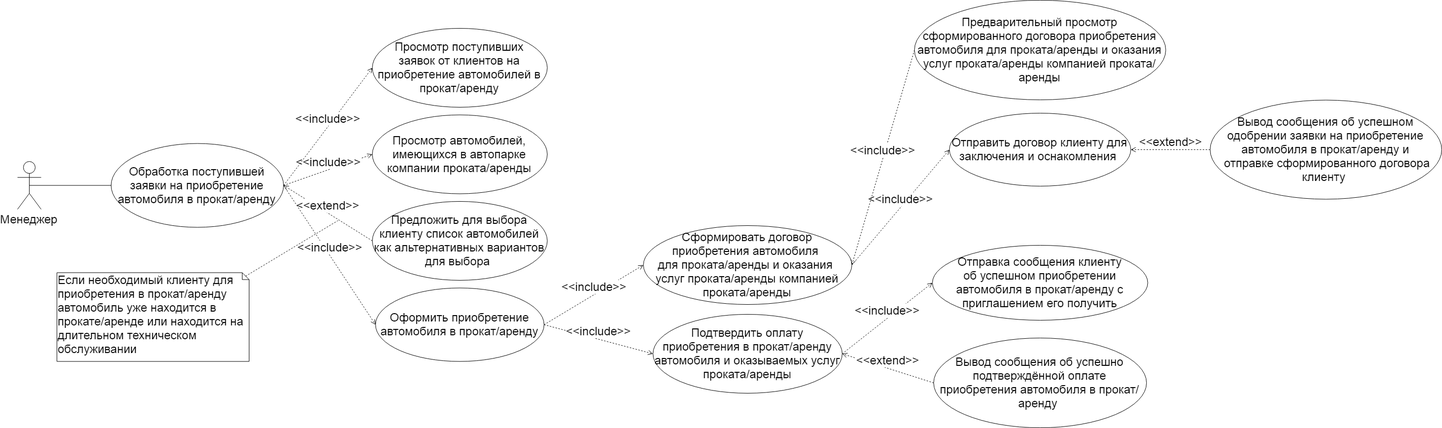
Igor-Manikhin/software-architectures-2020 keeps this draw.io diagram as Use-Case diagrams/Use-Case Diagram (Manager-сar-rent-app-processing).png. Above is the earlier version. Source tidied: cells renumbered, new cells last; positions are measured from the earlier drawing's top-left corner, leaving out a move shared by most shapes. The source it was exported from:
```xml
<mxGraphModel>
  <root>
    <mxCell id="0" />
    <mxCell id="1" parent="0" />
    <mxCell id="2" value="&lt;font style=&quot;font-size: 24px&quot;&gt;Менеджер&lt;/font&gt;" style="shape=umlActor;verticalLabelPosition=bottom;labelBackgroundColor=#ffffff;verticalAlign=top;html=1;outlineConnect=0;" parent="1" vertex="1">
      <mxGeometry y="327" width="48" height="97" as="geometry" />
    </mxCell>
    <mxCell id="3" value="&lt;font style=&quot;font-size: 24px&quot;&gt;Обработка поступившей заявки на приобретение автомобиля в прокат/аренду&lt;/font&gt;" style="ellipse;whiteSpace=wrap;html=1;" parent="1" vertex="1">
      <mxGeometry x="190" y="290.5" width="350" height="170" as="geometry" />
    </mxCell>
    <mxCell id="4" style="endArrow=none;html=1;entryX=0;entryY=0.5;entryDx=0;entryDy=0;exitX=0.5;exitY=0.5;exitDx=0;exitDy=0;exitPerimeter=0;" parent="1" edge="1" source="2" target="3">
      <mxGeometry relative="1" as="geometry" />
    </mxCell>
    <mxCell id="5" value="&lt;font style=&quot;font-size: 24px&quot;&gt;Оформить приобретение автомобиля в прокат/аренду&lt;/font&gt;" style="ellipse;whiteSpace=wrap;html=1;" parent="1" vertex="1">
      <mxGeometry x="726.5" y="583.5" width="342" height="149" as="geometry" />
    </mxCell>
    <mxCell id="6" value="&lt;font style=&quot;font-size: 24px&quot;&gt;Предложить для выбора клиенту список автомобилей как альтернативных вариантов для выбора&amp;nbsp;&lt;/font&gt;" style="ellipse;whiteSpace=wrap;html=1;" parent="1" vertex="1">
      <mxGeometry x="720" y="408" width="355" height="160" as="geometry" />
    </mxCell>
    <mxCell id="7" value="&lt;font style=&quot;font-size: 24px&quot;&gt;&amp;lt;&amp;lt;extend&amp;gt;&amp;gt;&lt;/font&gt;" style="html=1;verticalAlign=bottom;endArrow=open;dashed=1;endSize=8;entryX=1;entryY=0.5;entryDx=0;entryDy=0;exitX=0;exitY=0.5;exitDx=0;exitDy=0;" parent="1" edge="1" source="6" target="3">
      <mxGeometry relative="1" as="geometry" />
    </mxCell>
    <mxCell id="8" value="&lt;font style=&quot;font-size: 24px&quot;&gt;&amp;lt;&amp;lt;include&amp;gt;&amp;gt;&lt;/font&gt;" style="html=1;verticalAlign=bottom;endArrow=open;dashed=1;endSize=8;entryX=0;entryY=0.5;entryDx=0;entryDy=0;exitX=1;exitY=0.5;exitDx=0;exitDy=0;" parent="1" edge="1" source="3" target="5">
      <mxGeometry relative="1" as="geometry" />
    </mxCell>
    <mxCell id="9" value="&lt;font style=&quot;font-size: 24px&quot;&gt;Сформировать договор приобретения автомобиля &lt;br&gt;для проката/аренды и оказания &lt;br&gt;услуг проката/аренды компанией проката/аренды&lt;/font&gt;" style="ellipse;whiteSpace=wrap;html=1;" parent="1" vertex="1">
      <mxGeometry x="1270" y="457" width="423" height="160" as="geometry" />
    </mxCell>
    <mxCell id="10" value="&lt;font style=&quot;font-size: 24px&quot;&gt;Отправить договор клиенту для заключения и оснакомления&amp;nbsp;&lt;/font&gt;" style="ellipse;whiteSpace=wrap;html=1;" parent="1" vertex="1">
      <mxGeometry x="1891" y="229" width="368" height="148" as="geometry" />
    </mxCell>
    <mxCell id="11" value="&lt;font style=&quot;font-size: 24px&quot;&gt;Вывод сообщения об успешно подтверждённой оплате приобретения автомобиля в прокат/аренду&amp;nbsp;&lt;/font&gt;" style="ellipse;whiteSpace=wrap;html=1;" parent="1" vertex="1">
      <mxGeometry x="1859" y="685" width="432" height="182" as="geometry" />
    </mxCell>
    <mxCell id="12" value="&lt;font style=&quot;font-size: 24px&quot;&gt;Вывод сообщения об успешном одобрении заявки на приобретение автомобиля в прокат/аренду и&lt;br&gt;&amp;nbsp;отправке сформированного договора клиенту&amp;nbsp;&lt;/font&gt;" style="ellipse;whiteSpace=wrap;html=1;" parent="1" vertex="1">
      <mxGeometry x="2420" y="202.5" width="470" height="201" as="geometry" />
    </mxCell>
    <mxCell id="13" value="&lt;font style=&quot;font-size: 24px&quot;&gt;&amp;lt;&amp;lt;include&amp;gt;&amp;gt;&lt;/font&gt;" style="html=1;verticalAlign=bottom;endArrow=open;dashed=1;endSize=8;entryX=0;entryY=0.5;entryDx=0;entryDy=0;exitX=1;exitY=0.5;exitDx=0;exitDy=0;" parent="1" edge="1" source="5" target="9">
      <mxGeometry relative="1" as="geometry" />
    </mxCell>
    <mxCell id="14" value="&lt;font style=&quot;font-size: 24px&quot;&gt;&amp;lt;&amp;lt;include&amp;gt;&amp;gt;&lt;/font&gt;" style="html=1;verticalAlign=bottom;endArrow=open;dashed=1;endSize=8;exitX=1;exitY=0.5;exitDx=0;exitDy=0;entryX=0;entryY=0.5;entryDx=0;entryDy=0;" parent="1" edge="1" source="9" target="10">
      <mxGeometry relative="1" as="geometry" />
    </mxCell>
    <mxCell id="15" value="&lt;font style=&quot;font-size: 24px&quot;&gt;&amp;lt;&amp;lt;extend&amp;gt;&amp;gt;&lt;/font&gt;" style="html=1;verticalAlign=bottom;endArrow=open;dashed=1;endSize=8;exitX=0;exitY=0.5;exitDx=0;exitDy=0;entryX=1;entryY=0.5;entryDx=0;entryDy=0;" parent="1" edge="1" source="12" target="10">
      <mxGeometry relative="1" as="geometry" />
    </mxCell>
    <mxCell id="16" value="&lt;font style=&quot;font-size: 24px&quot;&gt;Отправка сообщения клиенту&lt;br&gt;об успешном&amp;nbsp;приобретении автомобиля в прокат/аренду с приглашением его получить&lt;/font&gt;" style="ellipse;whiteSpace=wrap;html=1;" parent="1" vertex="1">
      <mxGeometry x="1856.5" y="497" width="437" height="152" as="geometry" />
    </mxCell>
    <mxCell id="17" value="&lt;font style=&quot;font-size: 24px&quot;&gt;Предварительный просмотр сформированного договора приобретения автомобиля для проката/аренды и оказания услуг проката/аренды компанией проката/аренды&lt;/font&gt;" style="ellipse;whiteSpace=wrap;html=1;" parent="1" vertex="1">
      <mxGeometry x="1820" width="510" height="202" as="geometry" />
    </mxCell>
    <mxCell id="18" value="&lt;font style=&quot;font-size: 24px&quot;&gt;&amp;lt;&amp;lt;include&amp;gt;&amp;gt;&lt;/font&gt;" style="html=1;verticalAlign=bottom;endArrow=open;dashed=1;endSize=8;entryX=1;entryY=0.5;entryDx=0;entryDy=0;exitX=0;exitY=0.5;exitDx=0;exitDy=0;" parent="1" edge="1" source="17" target="9">
      <mxGeometry relative="1" as="geometry" />
    </mxCell>
    <mxCell id="19" value="&lt;font style=&quot;font-size: 24px&quot;&gt;Подтвердить оплату приобретения в прокат/аренду автомобиля и оказываемых услуг проката/аренды&lt;/font&gt;" style="ellipse;whiteSpace=wrap;html=1;" parent="1" vertex="1">
      <mxGeometry x="1289.5" y="637" width="384" height="160" as="geometry" />
    </mxCell>
    <mxCell id="20" value="&lt;font style=&quot;font-size: 24px&quot;&gt;&amp;lt;&amp;lt;include&amp;gt;&amp;gt;&lt;/font&gt;" style="html=1;verticalAlign=bottom;endArrow=open;dashed=1;endSize=8;entryX=0;entryY=0.5;entryDx=0;entryDy=0;exitX=1;exitY=0.5;exitDx=0;exitDy=0;" parent="1" edge="1" source="5" target="19">
      <mxGeometry relative="1" as="geometry" />
    </mxCell>
    <mxCell id="21" value="&lt;font style=&quot;font-size: 24px&quot;&gt;&amp;lt;&amp;lt;include&amp;gt;&amp;gt;&lt;/font&gt;" style="html=1;verticalAlign=bottom;endArrow=open;dashed=1;endSize=8;entryX=0;entryY=0.5;entryDx=0;entryDy=0;exitX=1;exitY=0.5;exitDx=0;exitDy=0;" parent="1" edge="1" source="19" target="16">
      <mxGeometry relative="1" as="geometry" />
    </mxCell>
    <mxCell id="22" value="&lt;font style=&quot;font-size: 24px&quot;&gt;&amp;lt;&amp;lt;extend&amp;gt;&amp;gt;&lt;/font&gt;" style="html=1;verticalAlign=bottom;endArrow=open;dashed=1;endSize=8;entryX=1;entryY=0.5;entryDx=0;entryDy=0;exitX=0;exitY=0.5;exitDx=0;exitDy=0;" parent="1" edge="1" source="11" target="19">
      <mxGeometry relative="1" as="geometry" />
    </mxCell>
    <mxCell id="23" value="&lt;span style=&quot;font-size: 24px ; white-space: normal&quot;&gt;Просмотр автомобилей, имеющихся в автопарке компании проката/аренды&lt;/span&gt;" style="ellipse;whiteSpace=wrap;html=1;" parent="1" vertex="1">
      <mxGeometry x="720" y="232.5" width="355" height="160" as="geometry" />
    </mxCell>
    <mxCell id="24" value="&lt;span style=&quot;font-size: 24px&quot;&gt;&amp;lt;&amp;lt;include&amp;gt;&amp;gt;&lt;/span&gt;" style="html=1;verticalAlign=bottom;endArrow=open;dashed=1;endSize=8;exitX=1;exitY=0.5;exitDx=0;exitDy=0;entryX=0;entryY=0.5;entryDx=0;entryDy=0;" parent="1" edge="1" source="3" target="23">
      <mxGeometry relative="1" as="geometry" />
    </mxCell>
    <mxCell id="25" value="&lt;span style=&quot;font-size: 24px ; white-space: normal&quot;&gt;Просмотр поступивших заявок&amp;nbsp;&lt;/span&gt;&lt;span style=&quot;font-size: 24px ; white-space: normal&quot;&gt;от клиентов на приобретение автомобилей в прокат/аренду&lt;/span&gt;" style="ellipse;whiteSpace=wrap;html=1;" parent="1" vertex="1">
      <mxGeometry x="720" y="57" width="355" height="160" as="geometry" />
    </mxCell>
    <mxCell id="26" value="&lt;span style=&quot;font-size: 24px&quot;&gt;&amp;lt;&amp;lt;include&amp;gt;&amp;gt;&lt;/span&gt;" style="html=1;verticalAlign=bottom;endArrow=open;dashed=1;endSize=8;exitX=1;exitY=0.5;exitDx=0;exitDy=0;entryX=0;entryY=0.5;entryDx=0;entryDy=0;" parent="1" edge="1" source="3" target="25">
      <mxGeometry relative="1" as="geometry" />
    </mxCell>
    <mxCell id="27" value="&lt;font style=&quot;font-size: 24px&quot;&gt;Если необходимый клиенту для приобретения в прокат/аренду автомобиль уже находится в прокате/аренде или находится на длительном техническом обслуживании&amp;nbsp;&lt;/font&gt;" style="shape=note;whiteSpace=wrap;html=1;size=14;verticalAlign=top;align=left;spacingTop=-6;" parent="1" vertex="1">
      <mxGeometry x="80" y="552.5" width="390" height="180" as="geometry" />
    </mxCell>
    <mxCell id="28" style="endArrow=none;dashed=1;html=1;exitX=0;exitY=0;exitDx=383;exitDy=7;exitPerimeter=0;" parent="1" edge="1" source="27">
      <mxGeometry relative="1" as="geometry">
        <mxPoint x="650" y="447" as="targetPoint" />
      </mxGeometry>
    </mxCell>
  </root>
</mxGraphModel>
```
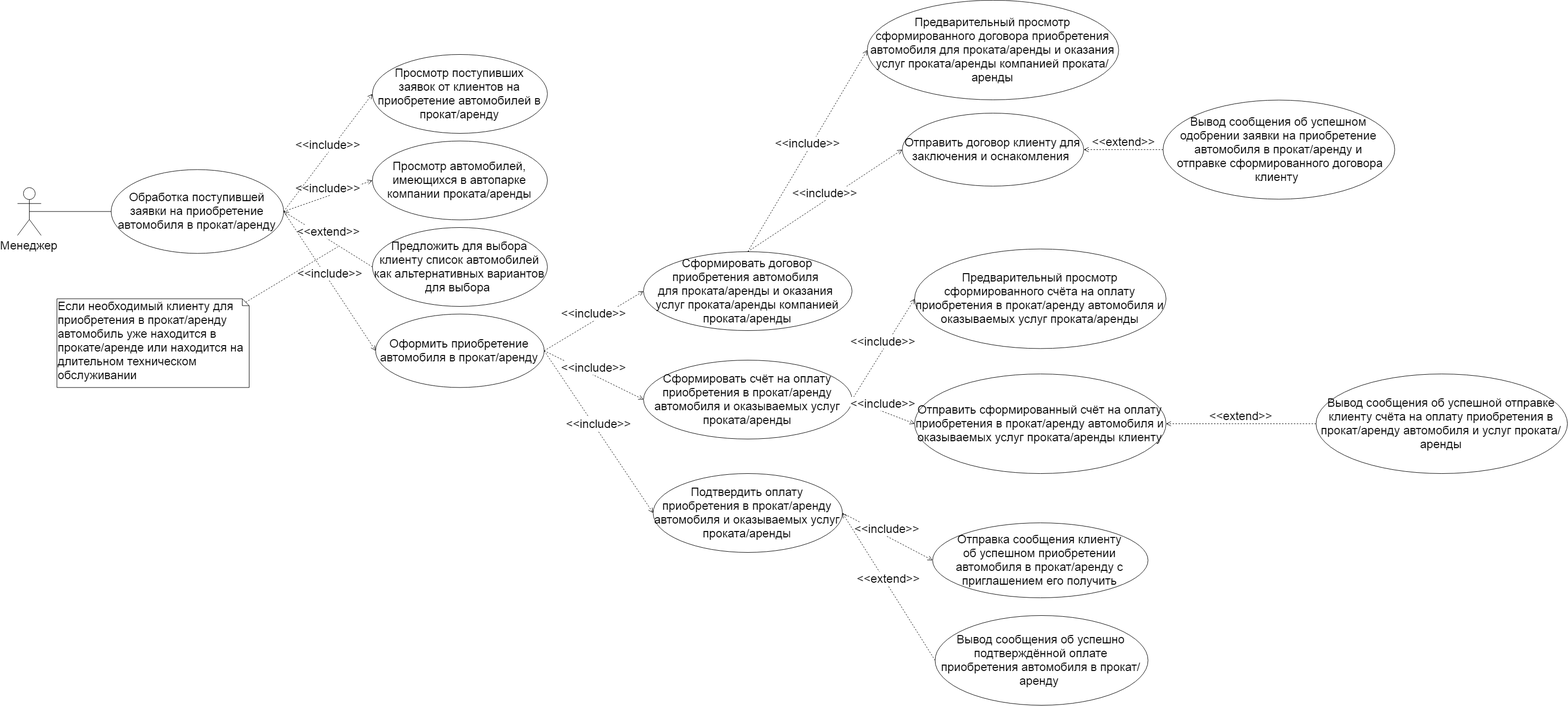
Above is the later version.

Change to the diagram source:
```diff
@@ -27,34 +27,34 @@
       <mxGeometry x="1270" y="457" width="423" height="160" as="geometry" />
     </mxCell>
     <mxCell id="10" value="&lt;font style=&quot;font-size: 24px&quot;&gt;Отправить договор клиенту для заключения и оснакомления&amp;nbsp;&lt;/font&gt;" style="ellipse;whiteSpace=wrap;html=1;" parent="1" vertex="1">
-      <mxGeometry x="1891" y="229" width="368" height="148" as="geometry" />
+      <mxGeometry x="1795" y="176" width="368" height="148" as="geometry" />
     </mxCell>
     <mxCell id="11" value="&lt;font style=&quot;font-size: 24px&quot;&gt;Вывод сообщения об успешно подтверждённой оплате приобретения автомобиля в прокат/аренду&amp;nbsp;&lt;/font&gt;" style="ellipse;whiteSpace=wrap;html=1;" parent="1" vertex="1">
-      <mxGeometry x="1859" y="685" width="432" height="182" as="geometry" />
+      <mxGeometry x="1861.5" y="1195" width="432" height="182" as="geometry" />
     </mxCell>
     <mxCell id="12" value="&lt;font style=&quot;font-size: 24px&quot;&gt;Вывод сообщения об успешном одобрении заявки на приобретение автомобиля в прокат/аренду и&lt;br&gt;&amp;nbsp;отправке сформированного договора клиенту&amp;nbsp;&lt;/font&gt;" style="ellipse;whiteSpace=wrap;html=1;" parent="1" vertex="1">
-      <mxGeometry x="2420" y="202.5" width="470" height="201" as="geometry" />
+      <mxGeometry x="2324" y="149.5" width="470" height="201" as="geometry" />
     </mxCell>
     <mxCell id="13" value="&lt;font style=&quot;font-size: 24px&quot;&gt;&amp;lt;&amp;lt;include&amp;gt;&amp;gt;&lt;/font&gt;" style="html=1;verticalAlign=bottom;endArrow=open;dashed=1;endSize=8;entryX=0;entryY=0.5;entryDx=0;entryDy=0;exitX=1;exitY=0.5;exitDx=0;exitDy=0;" parent="1" edge="1" source="5" target="9">
       <mxGeometry relative="1" as="geometry" />
     </mxCell>
-    <mxCell id="14" value="&lt;font style=&quot;font-size: 24px&quot;&gt;&amp;lt;&amp;lt;include&amp;gt;&amp;gt;&lt;/font&gt;" style="html=1;verticalAlign=bottom;endArrow=open;dashed=1;endSize=8;exitX=1;exitY=0.5;exitDx=0;exitDy=0;entryX=0;entryY=0.5;entryDx=0;entryDy=0;" parent="1" edge="1" source="9" target="10">
+    <mxCell id="14" value="&lt;font style=&quot;font-size: 24px&quot;&gt;&amp;lt;&amp;lt;include&amp;gt;&amp;gt;&lt;/font&gt;" style="html=1;verticalAlign=bottom;endArrow=open;dashed=1;endSize=8;entryX=0;entryY=0.5;entryDx=0;entryDy=0;exitX=0.5;exitY=0;exitDx=0;exitDy=0;" parent="1" edge="1" source="9" target="10">
       <mxGeometry relative="1" as="geometry" />
     </mxCell>
     <mxCell id="15" value="&lt;font style=&quot;font-size: 24px&quot;&gt;&amp;lt;&amp;lt;extend&amp;gt;&amp;gt;&lt;/font&gt;" style="html=1;verticalAlign=bottom;endArrow=open;dashed=1;endSize=8;exitX=0;exitY=0.5;exitDx=0;exitDy=0;entryX=1;entryY=0.5;entryDx=0;entryDy=0;" parent="1" edge="1" source="12" target="10">
       <mxGeometry relative="1" as="geometry" />
     </mxCell>
     <mxCell id="16" value="&lt;font style=&quot;font-size: 24px&quot;&gt;Отправка сообщения клиенту&lt;br&gt;об успешном&amp;nbsp;приобретении автомобиля в прокат/аренду с приглашением его получить&lt;/font&gt;" style="ellipse;whiteSpace=wrap;html=1;" parent="1" vertex="1">
-      <mxGeometry x="1856.5" y="497" width="437" height="152" as="geometry" />
+      <mxGeometry x="1856.5" y="1007" width="437" height="152" as="geometry" />
     </mxCell>
     <mxCell id="17" value="&lt;font style=&quot;font-size: 24px&quot;&gt;Предварительный просмотр сформированного договора приобретения автомобиля для проката/аренды и оказания услуг проката/аренды компанией проката/аренды&lt;/font&gt;" style="ellipse;whiteSpace=wrap;html=1;" parent="1" vertex="1">
-      <mxGeometry x="1820" width="510" height="202" as="geometry" />
+      <mxGeometry x="1724" y="-53" width="510" height="202" as="geometry" />
     </mxCell>
-    <mxCell id="18" value="&lt;font style=&quot;font-size: 24px&quot;&gt;&amp;lt;&amp;lt;include&amp;gt;&amp;gt;&lt;/font&gt;" style="html=1;verticalAlign=bottom;endArrow=open;dashed=1;endSize=8;entryX=1;entryY=0.5;entryDx=0;entryDy=0;exitX=0;exitY=0.5;exitDx=0;exitDy=0;" parent="1" edge="1" source="17" target="9">
+    <mxCell id="18" value="&lt;font style=&quot;font-size: 24px&quot;&gt;&amp;lt;&amp;lt;include&amp;gt;&amp;gt;&lt;/font&gt;" style="html=1;verticalAlign=bottom;endArrow=open;dashed=1;endSize=8;entryX=0;entryY=0.5;entryDx=0;entryDy=0;exitX=0.5;exitY=0;exitDx=0;exitDy=0;" parent="1" edge="1" source="9" target="17">
       <mxGeometry relative="1" as="geometry" />
     </mxCell>
     <mxCell id="19" value="&lt;font style=&quot;font-size: 24px&quot;&gt;Подтвердить оплату приобретения в прокат/аренду автомобиля и оказываемых услуг проката/аренды&lt;/font&gt;" style="ellipse;whiteSpace=wrap;html=1;" parent="1" vertex="1">
-      <mxGeometry x="1289.5" y="637" width="384" height="160" as="geometry" />
+      <mxGeometry x="1289.5" y="907" width="384" height="160" as="geometry" />
     </mxCell>
     <mxCell id="20" value="&lt;font style=&quot;font-size: 24px&quot;&gt;&amp;lt;&amp;lt;include&amp;gt;&amp;gt;&lt;/font&gt;" style="html=1;verticalAlign=bottom;endArrow=open;dashed=1;endSize=8;entryX=0;entryY=0.5;entryDx=0;entryDy=0;exitX=1;exitY=0.5;exitDx=0;exitDy=0;" parent="1" edge="1" source="5" target="19">
       <mxGeometry relative="1" as="geometry" />
@@ -85,5 +85,29 @@
         <mxPoint x="650" y="447" as="targetPoint" />
       </mxGeometry>
     </mxCell>
+    <mxCell id="29" value="&lt;span style=&quot;font-size: 24px&quot;&gt;Сформировать счёт на оплату приобретения в прокат/аренду автомобиля и оказываемых услуг проката/аренды&lt;/span&gt;" style="ellipse;whiteSpace=wrap;html=1;" parent="1" vertex="1">
+      <mxGeometry x="1270" y="677" width="423" height="160" as="geometry" />
+    </mxCell>
+    <mxCell id="30" value="&lt;font style=&quot;font-size: 24px&quot;&gt;&amp;lt;&amp;lt;include&amp;gt;&amp;gt;&lt;/font&gt;" style="html=1;verticalAlign=bottom;endArrow=open;dashed=1;endSize=8;entryX=0;entryY=0.5;entryDx=0;entryDy=0;exitX=1;exitY=0.5;exitDx=0;exitDy=0;" parent="1" edge="1" source="5" target="29">
+      <mxGeometry relative="1" as="geometry" />
+    </mxCell>
+    <mxCell id="31" value="&lt;font style=&quot;font-size: 24px&quot;&gt;Предварительный просмотр сформированного счёта на оплату приобретения в прокат/аренду автомобиля и оказываемых услуг проката/аренды&lt;/font&gt;" style="ellipse;whiteSpace=wrap;html=1;" parent="1" vertex="1">
+      <mxGeometry x="1820" y="451.5" width="510" height="202" as="geometry" />
+    </mxCell>
+    <mxCell id="32" value="&lt;font style=&quot;font-size: 24px&quot;&gt;&amp;lt;&amp;lt;include&amp;gt;&amp;gt;&lt;/font&gt;" style="html=1;verticalAlign=bottom;endArrow=open;dashed=1;endSize=8;entryX=0;entryY=0.5;entryDx=0;entryDy=0;exitX=1;exitY=0.5;exitDx=0;exitDy=0;" parent="1" edge="1" source="29" target="31">
+      <mxGeometry relative="1" as="geometry" />
+    </mxCell>
+    <mxCell id="33" value="&lt;span style=&quot;font-size: 24px&quot;&gt;Отправить сформированный счёт на оплату приобретения в прокат/аренду автомобиля и оказываемых услуг проката/аренды клиенту&lt;/span&gt;" style="ellipse;whiteSpace=wrap;html=1;" parent="1" vertex="1">
+      <mxGeometry x="1820" y="705" width="510" height="202" as="geometry" />
+    </mxCell>
+    <mxCell id="34" value="&lt;font style=&quot;font-size: 24px&quot;&gt;&amp;lt;&amp;lt;include&amp;gt;&amp;gt;&lt;/font&gt;" style="html=1;verticalAlign=bottom;endArrow=open;dashed=1;endSize=8;entryX=0;entryY=0.5;entryDx=0;entryDy=0;exitX=1;exitY=0.5;exitDx=0;exitDy=0;" parent="1" edge="1" source="29" target="33">
+      <mxGeometry relative="1" as="geometry" />
+    </mxCell>
+    <mxCell id="35" value="&lt;span style=&quot;font-size: 24px&quot;&gt;Вывод сообщения об успешной отправке клиенту счёта на оплату приобретения в прокат/аренду автомобиля и услуг проката/аренды&lt;/span&gt;" style="ellipse;whiteSpace=wrap;html=1;" parent="1" vertex="1">
+      <mxGeometry x="2634.3" y="705" width="510" height="202" as="geometry" />
+    </mxCell>
+    <mxCell id="36" value="&lt;font style=&quot;font-size: 24px&quot;&gt;&amp;lt;&amp;lt;extend&amp;gt;&amp;gt;&lt;/font&gt;" style="html=1;verticalAlign=bottom;endArrow=open;dashed=1;endSize=8;exitX=0;exitY=0.5;exitDx=0;exitDy=0;entryX=1;entryY=0.5;entryDx=0;entryDy=0;" parent="1" edge="1" source="35" target="33">
+      <mxGeometry relative="1" as="geometry" />
+    </mxCell>
   </root>
 </mxGraphModel>
```
